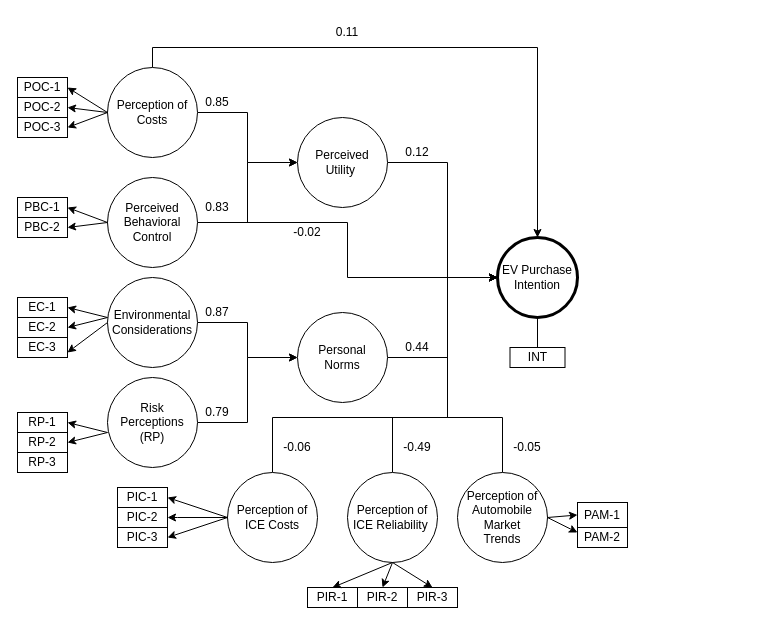
Above: final_path_diagram.drawio in ChullEPG/taxi-survey (draw.io), before the change. Source tidied: cells renumbered, new cells numbered last; positions are measured from the earlier drawing's top-left corner, leaving out a move shared by most shapes. Both pictures are drawn from the tidied source at 100%, with x=0, y=0 at pixel (17, 17).
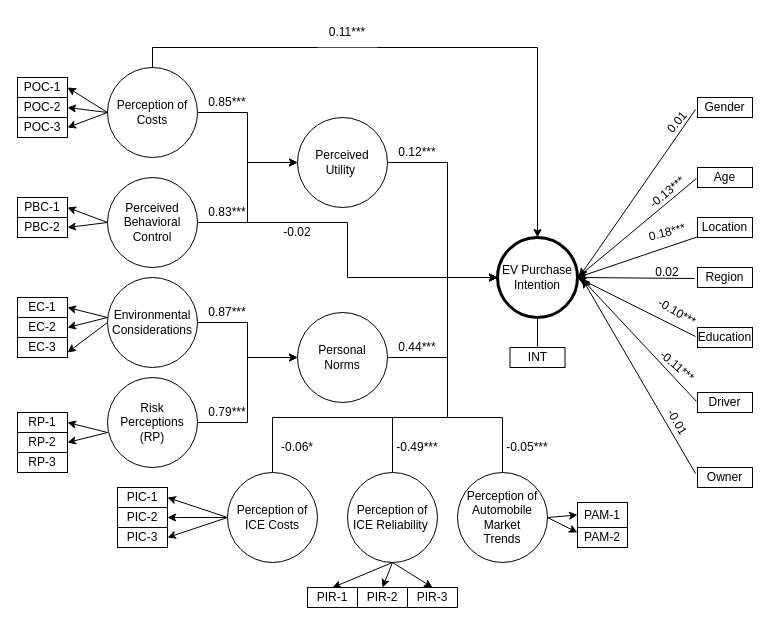
Above is the later version.

Unchanged cells that the change refers to:
```xml
<mxCell id="11" value="EV Purchase Intention" style="ellipse;whiteSpace=wrap;html=1;strokeWidth=3;" parent="1" vertex="1">
  <mxGeometry x="480" y="220" width="80" height="80" as="geometry" />
</mxCell>
```

The edit, as a diff of the source:
```diff
@@
-    <mxCell id="62" value="0.12" style="text;strokeColor=none;align=center;fillColor=none;html=1;verticalAlign=middle;whiteSpace=wrap;rounded=0;" parent="1" vertex="1">
+    <mxCell id="62" value="0.12***" style="text;strokeColor=none;align=center;fillColor=none;html=1;verticalAlign=middle;whiteSpace=wrap;rounded=0;" parent="1" vertex="1">
       <mxGeometry x="370" y="120" width="60" height="30" as="geometry" />
     </mxCell>
-    <mxCell id="63" value="0.11" style="text;strokeColor=none;align=center;fillColor=none;html=1;verticalAlign=middle;whiteSpace=wrap;rounded=0;" parent="1" vertex="1">
+    <mxCell id="63" value="0.11***" style="text;align=center;html=1;verticalAlign=middle;whiteSpace=wrap;rounded=0;shadow=0;fillColor=default;gradientColor=none;opacity=60;" parent="1" vertex="1">
       <mxGeometry x="300" width="60" height="30" as="geometry" />
     </mxCell>
-    <mxCell id="64" value="0.85" style="text;strokeColor=none;align=center;fillColor=none;html=1;verticalAlign=middle;whiteSpace=wrap;rounded=0;" parent="1" vertex="1">
-      <mxGeometry x="170" y="70" width="60" height="30" as="geometry" />
+    <mxCell id="64" value="0.85***" style="text;strokeColor=none;align=center;fillColor=none;html=1;verticalAlign=middle;whiteSpace=wrap;rounded=0;" parent="1" vertex="1">
+      <mxGeometry x="180" y="70" width="60" height="30" as="geometry" />
     </mxCell>
     <mxCell id="65" value="-0.02" style="text;strokeColor=none;align=center;fillColor=none;html=1;verticalAlign=middle;whiteSpace=wrap;rounded=0;" parent="1" vertex="1">
-      <mxGeometry x="260" y="200" width="60" height="30" as="geometry" />
+      <mxGeometry x="250" y="200" width="60" height="30" as="geometry" />
     </mxCell>
-    <mxCell id="66" value="0.83" style="text;strokeColor=none;align=center;fillColor=none;html=1;verticalAlign=middle;whiteSpace=wrap;rounded=0;" parent="1" vertex="1">
-      <mxGeometry x="170" y="175" width="60" height="30" as="geometry" />
+    <mxCell id="66" value="0.83***" style="text;strokeColor=none;align=center;fillColor=none;html=1;verticalAlign=middle;whiteSpace=wrap;rounded=0;" parent="1" vertex="1">
+      <mxGeometry x="180" y="180" width="60" height="30" as="geometry" />
     </mxCell>
-    <mxCell id="67" value="0.87" style="text;strokeColor=none;align=center;fillColor=none;html=1;verticalAlign=middle;whiteSpace=wrap;rounded=0;" parent="1" vertex="1">
-      <mxGeometry x="170" y="280" width="60" height="30" as="geometry" />
+    <mxCell id="67" value="0.87***" style="text;strokeColor=none;align=center;fillColor=none;html=1;verticalAlign=middle;whiteSpace=wrap;rounded=0;" parent="1" vertex="1">
+      <mxGeometry x="180" y="280" width="60" height="30" as="geometry" />
     </mxCell>
-    <mxCell id="68" value="0.79" style="text;strokeColor=none;align=center;fillColor=none;html=1;verticalAlign=middle;whiteSpace=wrap;rounded=0;" parent="1" vertex="1">
-      <mxGeometry x="170" y="380" width="60" height="30" as="geometry" />
+    <mxCell id="68" value="0.79***" style="text;strokeColor=none;align=center;fillColor=none;html=1;verticalAlign=middle;whiteSpace=wrap;rounded=0;" parent="1" vertex="1">
+      <mxGeometry x="180" y="380" width="60" height="30" as="geometry" />
     </mxCell>
-    <mxCell id="69" value="0.44" style="text;strokeColor=none;align=center;fillColor=none;html=1;verticalAlign=middle;whiteSpace=wrap;rounded=0;" parent="1" vertex="1">
+    <mxCell id="69" value="0.44***" style="text;strokeColor=none;align=center;fillColor=none;html=1;verticalAlign=middle;whiteSpace=wrap;rounded=0;" parent="1" vertex="1">
       <mxGeometry x="370" y="315" width="60" height="30" as="geometry" />
     </mxCell>
-    <mxCell id="70" value="-0.06" style="text;strokeColor=none;align=center;fillColor=none;html=1;verticalAlign=middle;whiteSpace=wrap;rounded=0;" parent="1" vertex="1">
+    <mxCell id="70" value="-0.06*" style="text;strokeColor=none;align=center;fillColor=none;html=1;verticalAlign=middle;whiteSpace=wrap;rounded=0;" parent="1" vertex="1">
       <mxGeometry x="250" y="415" width="60" height="30" as="geometry" />
     </mxCell>
-    <mxCell id="71" value="-0.49" style="text;strokeColor=none;align=center;fillColor=none;html=1;verticalAlign=middle;whiteSpace=wrap;rounded=0;" parent="1" vertex="1">
+    <mxCell id="71" value="-0.49***" style="text;strokeColor=none;align=center;fillColor=none;html=1;verticalAlign=middle;whiteSpace=wrap;rounded=0;" parent="1" vertex="1">
       <mxGeometry x="370" y="415" width="60" height="30" as="geometry" />
     </mxCell>
-    <mxCell id="72" value="-0.05" style="text;strokeColor=none;align=center;fillColor=none;html=1;verticalAlign=middle;whiteSpace=wrap;rounded=0;" parent="1" vertex="1">
+    <mxCell id="72" value="-0.05***" style="text;strokeColor=none;align=center;fillColor=none;html=1;verticalAlign=middle;whiteSpace=wrap;rounded=0;" parent="1" vertex="1">
       <mxGeometry x="480" y="415" width="60" height="30" as="geometry" />
     </mxCell>
+    <mxCell id="73" style="edgeStyle=none;rounded=0;jettySize=auto;html=1;entryX=1.025;entryY=0.488;entryDx=0;entryDy=0;entryPerimeter=0;exitX=-0.036;exitY=0.6;exitDx=0;exitDy=0;exitPerimeter=0;" parent="1" edge="1" source="74" target="11">
+      <mxGeometry relative="1" as="geometry" />
+    </mxCell>
+    <mxCell id="74" value="Gender" style="rounded=0;whiteSpace=wrap;html=1;" parent="1" vertex="1">
+      <mxGeometry x="680" y="80" width="55" height="20" as="geometry" />
+    </mxCell>
+    <mxCell id="75" style="edgeStyle=none;rounded=0;jettySize=auto;html=1;exitX=-0.018;exitY=0.55;exitDx=0;exitDy=0;exitPerimeter=0;" parent="1" edge="1" source="76">
+      <mxGeometry relative="1" as="geometry">
+        <mxPoint x="560" y="260" as="targetPoint" />
+      </mxGeometry>
+    </mxCell>
+    <mxCell id="76" value="Age" style="rounded=0;whiteSpace=wrap;html=1;" parent="1" vertex="1">
+      <mxGeometry x="680" y="150" width="55" height="20" as="geometry" />
+    </mxCell>
+    <mxCell id="77" style="edgeStyle=none;rounded=0;jettySize=auto;html=1;" parent="1" edge="1" source="78">
+      <mxGeometry relative="1" as="geometry">
+        <mxPoint x="560" y="260" as="targetPoint" />
+      </mxGeometry>
+    </mxCell>
+    <mxCell id="78" value="Location" style="rounded=0;whiteSpace=wrap;html=1;" parent="1" vertex="1">
+      <mxGeometry x="680" y="200" width="55" height="20" as="geometry" />
+    </mxCell>
+    <mxCell id="79" style="edgeStyle=none;rounded=0;jettySize=auto;html=1;exitX=-0.055;exitY=0.55;exitDx=0;exitDy=0;exitPerimeter=0;" parent="1" edge="1" source="80">
+      <mxGeometry relative="1" as="geometry">
+        <mxPoint x="560" y="260" as="targetPoint" />
+      </mxGeometry>
+    </mxCell>
+    <mxCell id="80" value="Region" style="rounded=0;whiteSpace=wrap;html=1;" parent="1" vertex="1">
+      <mxGeometry x="680" y="250" width="55" height="20" as="geometry" />
+    </mxCell>
+    <mxCell id="81" style="edgeStyle=none;rounded=0;jettySize=auto;html=1;exitX=-0.036;exitY=0.45;exitDx=0;exitDy=0;exitPerimeter=0;" parent="1" edge="1" source="82">
+      <mxGeometry relative="1" as="geometry">
+        <mxPoint x="560" y="260" as="targetPoint" />
+      </mxGeometry>
+    </mxCell>
+    <mxCell id="82" value="Education" style="rounded=0;whiteSpace=wrap;html=1;" parent="1" vertex="1">
+      <mxGeometry x="680" y="310" width="55" height="20" as="geometry" />
+    </mxCell>
+    <mxCell id="83" style="edgeStyle=none;rounded=0;jettySize=auto;html=1;entryX=1.05;entryY=0.513;entryDx=0;entryDy=0;entryPerimeter=0;exitX=-0.018;exitY=0.45;exitDx=0;exitDy=0;exitPerimeter=0;" parent="1" edge="1" source="84" target="11">
+      <mxGeometry relative="1" as="geometry" />
+    </mxCell>
+    <mxCell id="84" value="Driver" style="rounded=0;whiteSpace=wrap;html=1;" parent="1" vertex="1">
+      <mxGeometry x="680" y="375" width="55" height="20" as="geometry" />
+    </mxCell>
+    <mxCell id="85" style="edgeStyle=none;rounded=0;jettySize=auto;html=1;entryX=1.063;entryY=0.525;entryDx=0;entryDy=0;entryPerimeter=0;exitX=-0.036;exitY=0.3;exitDx=0;exitDy=0;exitPerimeter=0;" parent="1" edge="1" source="86" target="11">
+      <mxGeometry relative="1" as="geometry" />
+    </mxCell>
+    <mxCell id="86" value="Owner" style="rounded=0;whiteSpace=wrap;html=1;" parent="1" vertex="1">
+      <mxGeometry x="680" y="450" width="55" height="20" as="geometry" />
+    </mxCell>
+    <mxCell id="87" value="0.01" style="text;strokeColor=none;align=center;fillColor=none;html=1;verticalAlign=middle;whiteSpace=wrap;rounded=0;rotation=-50;" parent="1" vertex="1">
+      <mxGeometry x="630" y="90" width="60" height="30" as="geometry" />
+    </mxCell>
+    <mxCell id="88" value="-0.13***" style="text;strokeColor=none;align=center;fillColor=none;html=1;verticalAlign=middle;whiteSpace=wrap;rounded=0;rotation=-40;" parent="1" vertex="1">
+      <mxGeometry x="620" y="160" width="60" height="30" as="geometry" />
+    </mxCell>
+    <mxCell id="89" value="0.18***" style="text;strokeColor=none;align=center;fillColor=none;html=1;verticalAlign=middle;whiteSpace=wrap;rounded=0;rotation=-15;" parent="1" vertex="1">
+      <mxGeometry x="620" y="200" width="60" height="30" as="geometry" />
+    </mxCell>
+    <mxCell id="90" value="-0.10***" style="text;strokeColor=none;align=center;fillColor=none;html=1;verticalAlign=middle;whiteSpace=wrap;rounded=0;rotation=30;" parent="1" vertex="1">
+      <mxGeometry x="630" y="280" width="60" height="30" as="geometry" />
+    </mxCell>
+    <mxCell id="91" value="-0.11***" style="text;strokeColor=none;align=center;fillColor=none;html=1;verticalAlign=middle;whiteSpace=wrap;rounded=0;rotation=40;" parent="1" vertex="1">
+      <mxGeometry x="630" y="334" width="60" height="30" as="geometry" />
+    </mxCell>
+    <mxCell id="92" value="-0.01" style="text;strokeColor=none;align=center;fillColor=none;html=1;verticalAlign=middle;whiteSpace=wrap;rounded=0;rotation=60;" parent="1" vertex="1">
+      <mxGeometry x="630" y="390" width="60" height="30" as="geometry" />
+    </mxCell>
+    <mxCell id="93" value="0.02" style="text;strokeColor=none;align=center;fillColor=none;html=1;verticalAlign=middle;whiteSpace=wrap;rounded=0;rotation=0;" parent="1" vertex="1">
+      <mxGeometry x="620" y="240" width="60" height="30" as="geometry" />
+    </mxCell>
```
